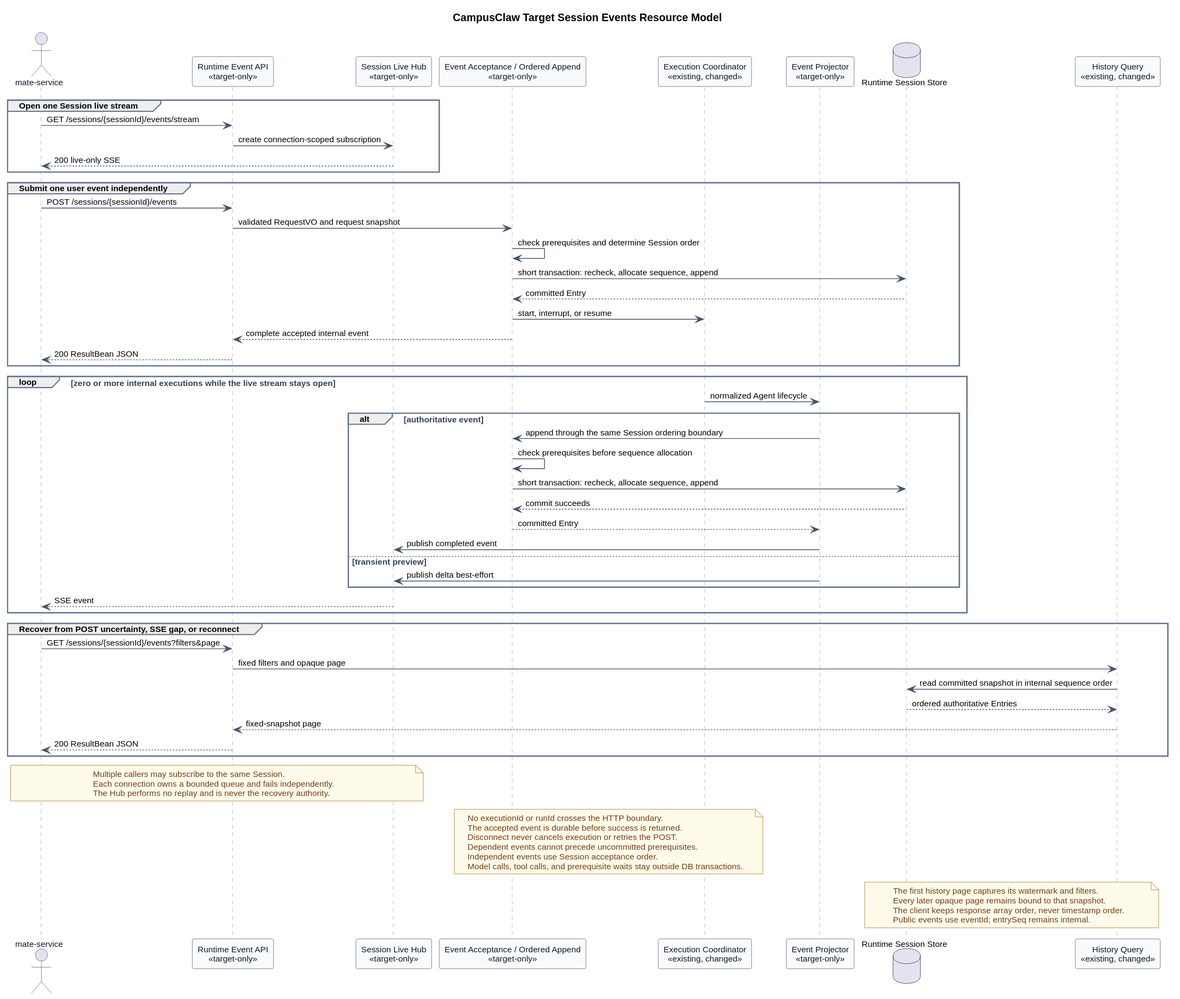
Earlier version of the PlantUML export 01-总体架构/01-CampusClaw多Agent运行时/设计图/事件接口重设计/target_session_events_resource_model.svg (ssm0808/pi-mono-java-design).
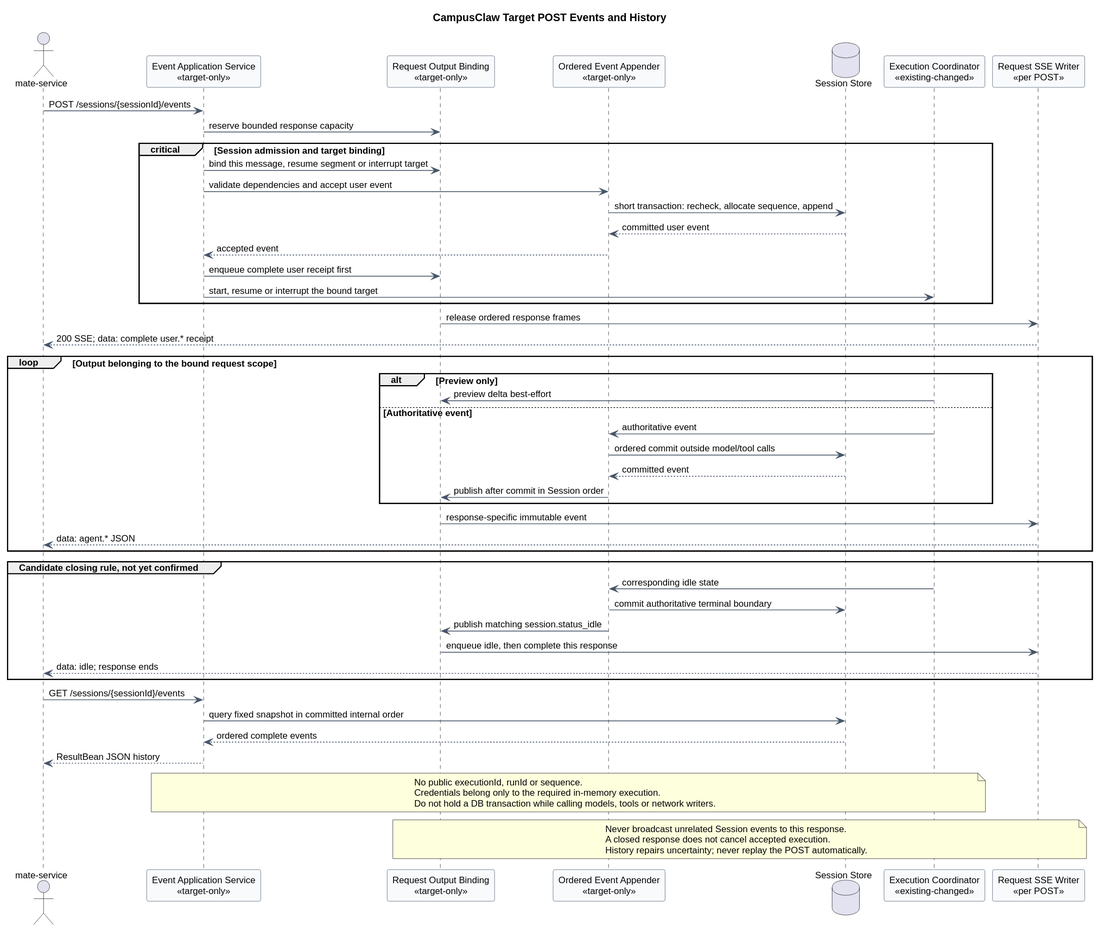
The same diagram one commit later.

Change to the diagram source:
```diff
@@ -1,98 +1,68 @@
 @startuml
-title CampusClaw Target Session Events Resource Model
-
-
+title CampusClaw Target POST Events and History
 skinparam backgroundColor #FFFFFF
 skinparam shadowing false
 skinparam defaultFontName Arial
-skinparam defaultFontSize 11
+skinparam defaultFontSize 12
 skinparam sequence {
+  ParticipantBackgroundColor #F8FAFC
+  ParticipantBorderColor #475569
   ArrowColor #475569
-  ActorBorderColor #475569
-  ActorFontColor #0F172A
-  LifeLineBorderColor #94A3B8
-  LifeLineBackgroundColor #F8FAFC
-  ParticipantBorderColor #475569
-  ParticipantBackgroundColor #F8FAFC
-  ParticipantFontColor #0F172A
-  GroupBorderColor #64748B
-  GroupFontColor #334155
 }
-skinparam note {
-  BackgroundColor #FFFBEA
-  BorderColor #A16207
-  FontColor #713F12
-}
+actor "mate-service" as Mate
+participant "Event Application Service\n<<target-only>>" as API
+participant "Request Output Binding\n<<target-only>>" as Binding
+participant "Ordered Event Appender\n<<target-only>>" as Append
+database "Session Store" as Store
+participant "Execution Coordinator\n<<existing-changed>>" as Execution
+participant "Request SSE Writer\n<<per POST>>" as Writer
 
-actor "mate-service" as Mate
-participant "Runtime Event API\n<<target-only>>" as API
-participant "Session Live Hub\n<<target-only>>" as Hub
-participant "Event Acceptance / Ordered Append\n<<target-only>>" as Accept
-participant "Execution Coordinator\n<<existing, changed>>" as Execution
-participant "Event Projector\n<<target-only>>" as Projector
-database "Runtime Session Store" as Store
-participant "History Query\n<<existing, changed>>" as Query
+Mate -> API : POST /sessions/{sessionId}/events
+API -> Binding : reserve bounded response capacity
+critical Session admission and target binding
+  API -> Binding : bind this message, resume segment or interrupt target
+  API -> Append : validate dependencies and accept user event
+  Append -> Store : short transaction: recheck, allocate sequence, append
+  Store --> Append : committed user event
+  Append --> API : accepted event
+  API -> Binding : enqueue complete user receipt first
+  API -> Execution : start, resume or interrupt the bound target
+end
+Binding -> Writer : release ordered response frames
+Writer --> Mate : 200 SSE; data: complete user.* receipt
 
-group Open one Session live stream
-  Mate -> API : GET /sessions/{sessionId}/events/stream
-  API -> Hub : create connection-scoped subscription
-  Hub --> Mate : 200 live-only SSE
+loop Output belonging to the bound request scope
+  alt Preview only
+    Execution -> Binding : preview delta best-effort
+  else Authoritative event
+    Execution -> Append : authoritative event
+    Append -> Store : ordered commit outside model/tool calls
+    Store --> Append : committed event
+    Append -> Binding : publish after commit in Session order
+  end
+  Binding -> Writer : response-specific immutable event
+  Writer --> Mate : data: agent.* JSON
 end
+group Candidate closing rule, not yet confirmed
+  Execution -> Append : corresponding idle state
+  Append -> Store : commit authoritative terminal boundary
+  Append -> Binding : publish matching session.status_idle
+  Binding -> Writer : enqueue idle, then complete this response
+  Writer --> Mate : data: idle; response ends
+end
+Mate -> API : GET /sessions/{sessionId}/events
+API -> Store : query fixed snapshot in committed internal order
+Store --> API : ordered complete events
+API --> Mate : ResultBean JSON history
 
-group Submit one user event independently
-  Mate -> API : POST /sessions/{sessionId}/events
-  API -> Accept : validated RequestVO and request snapshot
-  Accept -> Accept : check prerequisites and determine Session order
-  Accept -> Store : short transaction: recheck, allocate sequence, append
-  Store --> Accept : committed Entry
-  Accept -> Execution : start, interrupt, or resume
-  Accept --> API : complete accepted internal event
-  API --> Mate : 200 ResultBean JSON
-end
-
-loop zero or more internal executions while the live stream stays open
-  Execution -> Projector : normalized Agent lifecycle
-  alt authoritative event
-    Projector -> Accept : append through the same Session ordering boundary
-    Accept -> Accept : check prerequisites before sequence allocation
-    Accept -> Store : short transaction: recheck, allocate sequence, append
-    Store --> Accept : commit succeeds
-    Accept --> Projector : committed Entry
-    Projector -> Hub : publish completed event
-  else transient preview
-    Projector -> Hub : publish delta best-effort
-  end
-  Hub --> Mate : SSE event
-end
-
-group Recover from POST uncertainty, SSE gap, or reconnect
-  Mate -> API : GET /sessions/{sessionId}/events?filters&page
-  API -> Query : fixed filters and opaque page
-  Query -> Store : read committed snapshot in internal sequence order
-  Store --> Query : ordered authoritative Entries
-  Query --> API : fixed-snapshot page
-  API --> Mate : 200 ResultBean JSON
-end
-
-note over Mate,Hub
-Multiple callers may subscribe to the same Session.
-Each connection owns a bounded queue and fails independently.
-The Hub performs no replay and is never the recovery authority.
+note over API,Execution
+No public executionId, runId or sequence.
+Credentials belong only to the required in-memory execution.
+Do not hold a DB transaction while calling models, tools or network writers.
 end note
-
-note over Accept,Execution
-No executionId or runId crosses the HTTP boundary.
-The accepted event is durable before success is returned.
-Disconnect never cancels execution or retries the POST.
-Dependent events cannot precede uncommitted prerequisites.
-Independent events use Session acceptance order.
-Model calls, tool calls, and prerequisite waits stay outside DB transactions.
-end note
-
-note over Store,Query
-The first history page captures its watermark and filters.
-Every later opaque page remains bound to that snapshot.
-The client keeps response array order, never timestamp order.
-Public events use eventId; entrySeq remains internal.
+note over Binding,Writer
+Never broadcast unrelated Session events to this response.
+A closed response does not cancel accepted execution.
+History repairs uncertainty; never replay the POST automatically.
 end note
 @enduml
```
